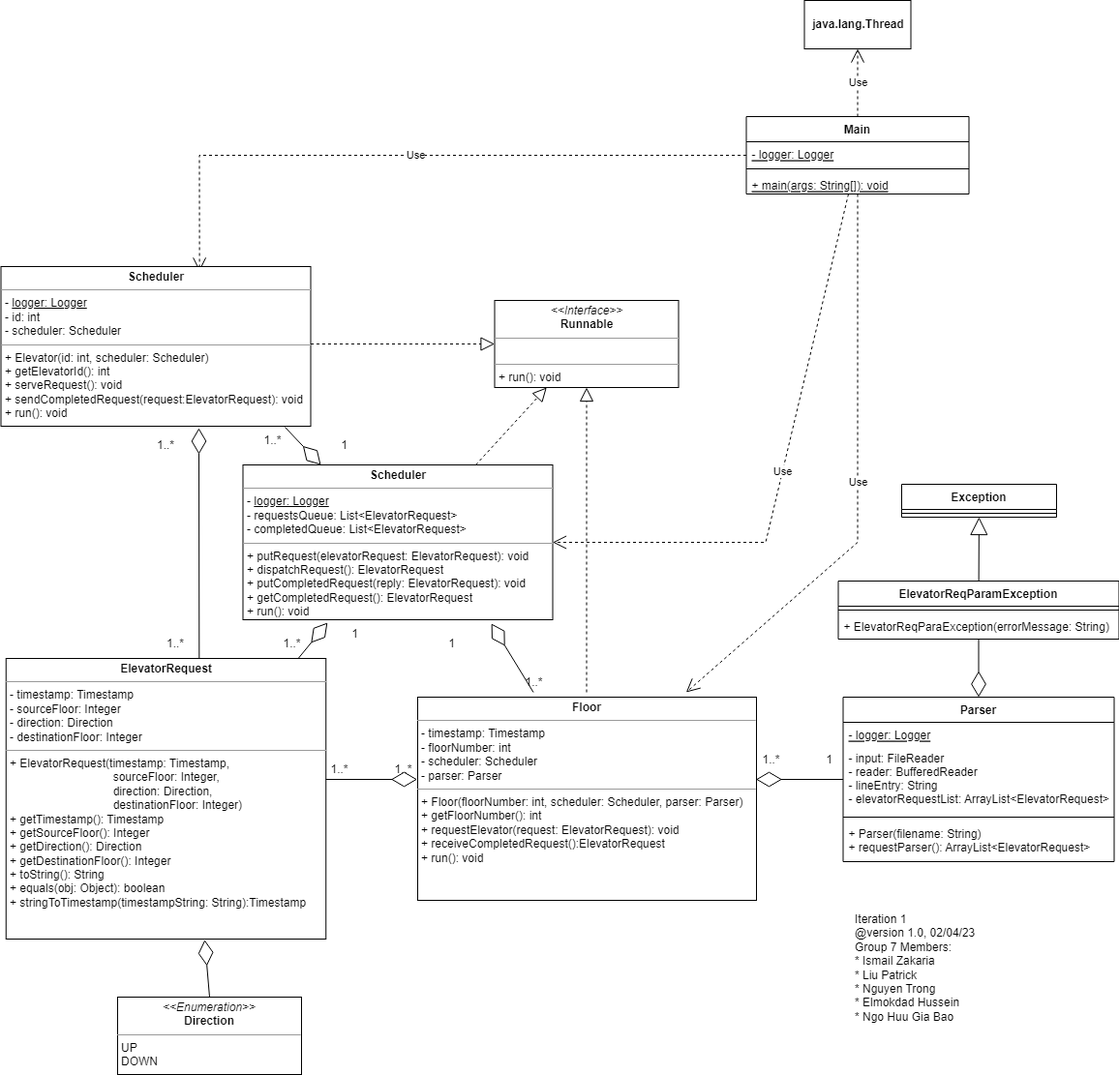
Before: documentation/P1-UML-class.drawio.png, a diagram exported from draw.io (bobbyngo/Elevator-Control-System-And-Simulator). Source tidied: cells renumbered, new cells last; positions are measured from the earlier drawing's top-left corner, leaving out a move shared by most shapes.
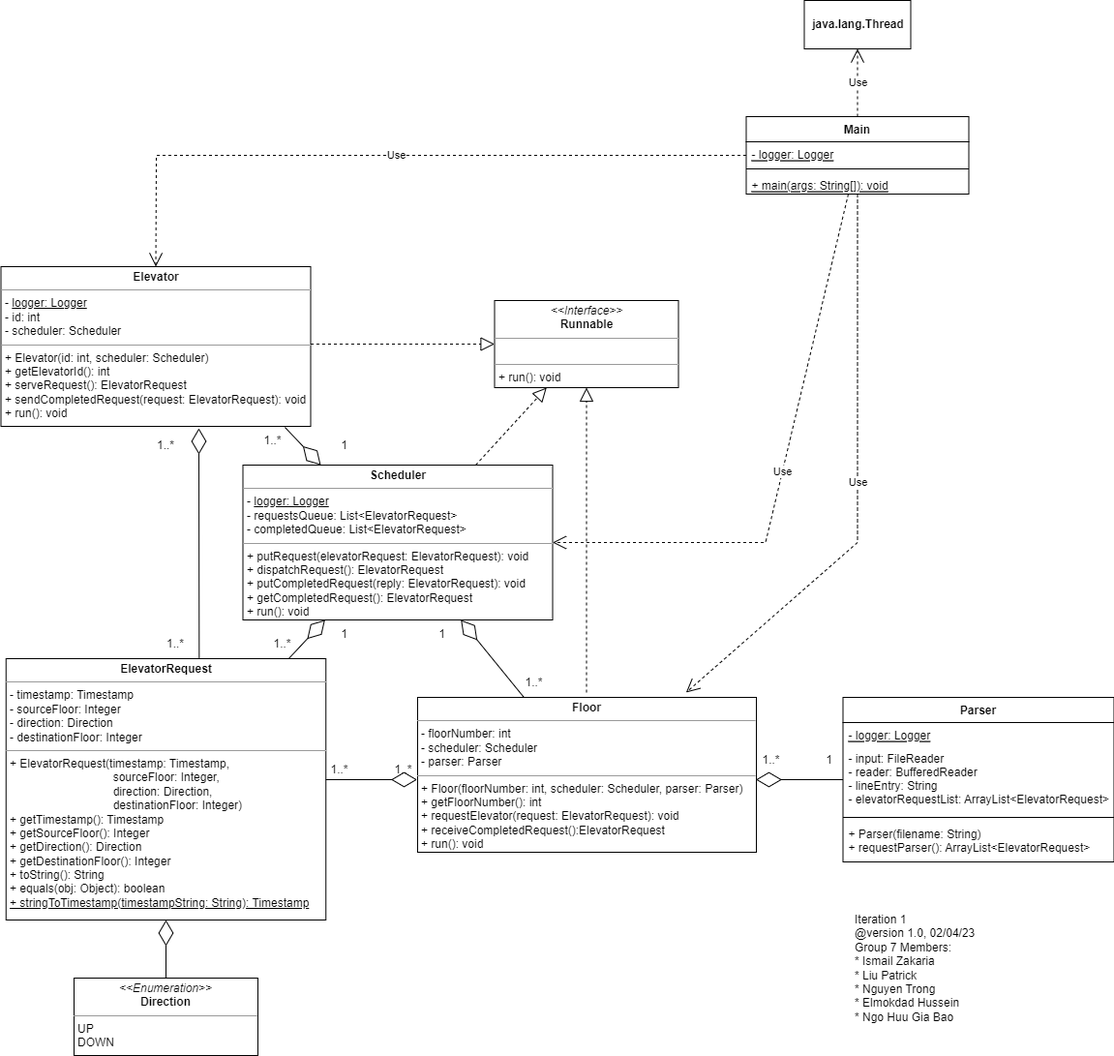
The same diagram one commit later.

Commit message:
Finalized updates to UML and README

Change to the diagram source:
```diff
@@ -25,22 +25,4 @@
     <mxCell id="8" value="&lt;p style=&quot;margin:0px;margin-top:4px;text-align:center;&quot;&gt;&lt;i&gt;&amp;lt;&amp;lt;Enumeration&amp;gt;&amp;gt;&lt;/i&gt;&lt;br&gt;&lt;b&gt;Direction&lt;/b&gt;&lt;/p&gt;&lt;hr size=&quot;1&quot;&gt;&lt;p style=&quot;margin:0px;margin-left:4px;&quot;&gt;UP&lt;/p&gt;&lt;p style=&quot;margin:0px;margin-left:4px;&quot;&gt;DOWN&lt;/p&gt;" style="verticalAlign=top;align=left;overflow=fill;fontSize=12;fontFamily=Helvetica;html=1;" parent="1" vertex="1">
-      <mxGeometry x="120" y="1030" width="190" height="80" as="geometry" />
+      <mxGeometry x="75" y="1010" width="190" height="80" as="geometry" />
     </mxCell>
-    <mxCell id="9" value="ElevatorReqParamException" style="swimlane;fontStyle=1;align=center;verticalAlign=top;horizontal=1;startSize=26;" parent="1" vertex="1">
-      <mxGeometry x="864.5" y="600" width="290" height="60" as="geometry" />
-    </mxCell>
-    <mxCell id="10" style="line;strokeWidth=1;fillColor=none;align=left;verticalAlign=middle;spacingTop=-1;spacingLeft=3;spacingRight=3;labelPosition=right;strokeColor=inherit;" parent="9" vertex="1">
-      <mxGeometry y="26" width="290" height="8" as="geometry" />
-    </mxCell>
-    <mxCell id="11" value="+ ElevatorReqParaException(errorMessage: String)" style="text;strokeColor=none;fillColor=none;align=left;verticalAlign=top;spacingLeft=4;spacingRight=4;overflow=hidden;" parent="9" vertex="1">
-      <mxGeometry y="34" width="290" height="26" as="geometry" />
-    </mxCell>
-    <mxCell id="12" value="Exception" style="swimlane;fontStyle=1;align=center;verticalAlign=top;horizontal=1;startSize=26;" parent="1" vertex="1">
-      <mxGeometry x="930" y="500" width="160" height="34" as="geometry" />
-    </mxCell>
-    <mxCell id="13" style="line;strokeWidth=1;fillColor=none;align=left;verticalAlign=middle;spacingTop=-1;spacingLeft=3;spacingRight=3;labelPosition=right;strokeColor=inherit;" parent="12" vertex="1">
-      <mxGeometry y="26" width="160" height="8" as="geometry" />
-    </mxCell>
-    <mxCell id="14" style="endArrow=block;endSize=16;endFill=0;html=1;rounded=0;" parent="1" edge="1" source="9" target="12">
-      <mxGeometry relative="1" as="geometry" />
-    </mxCell>
     <mxCell id="15" style="endArrow=block;dashed=1;endFill=0;endSize=12;html=1;rounded=0;" parent="1" edge="1" target="3">
@@ -70,5 +52,2 @@
     </mxCell>
-    <mxCell id="22" style="endArrow=diamondThin;endFill=0;endSize=24;html=1;rounded=0;" parent="1" edge="1" source="9" target="16">
-      <mxGeometry relative="1" as="geometry" />
-    </mxCell>
     <mxCell id="23" style="endArrow=diamondThin;endFill=0;endSize=24;html=1;rounded=0;entryX=0.639;entryY=1.012;entryDx=0;entryDy=0;entryPerimeter=0;" parent="1" edge="1" target="48">
@@ -84,6 +63,6 @@
     </mxCell>
-    <mxCell id="26" value="Use" style="endArrow=open;endSize=12;dashed=1;html=1;rounded=0;entryX=0.641;entryY=0.03;entryDx=0;entryDy=0;entryPerimeter=0;" parent="1" edge="1" source="4" target="48">
+    <mxCell id="26" value="Use" style="endArrow=open;endSize=12;dashed=1;html=1;rounded=0;entryX=0.5;entryY=0;entryDx=0;entryDy=0;" parent="1" edge="1" source="4" target="48">
       <mxGeometry relative="1" as="geometry">
         <Array as="points">
-          <mxPoint x="204.5" y="160" />
+          <mxPoint x="160" y="160" />
         </Array>
@@ -101,11 +80,7 @@
     </mxCell>
-    <mxCell id="29" style="endArrow=diamondThin;endFill=0;endSize=24;html=1;rounded=0;entryX=0.273;entryY=1.019;entryDx=0;entryDy=0;entryPerimeter=0;" parent="1" edge="1" target="47">
-      <mxGeometry relative="1" as="geometry">
-        <mxPoint x="306.7" y="680" as="sourcePoint" />
-      </mxGeometry>
+    <mxCell id="29" style="endArrow=diamondThin;endFill=0;endSize=24;html=1;rounded=0;" parent="1" edge="1" source="49" target="47">
+      <mxGeometry relative="1" as="geometry" />
     </mxCell>
-    <mxCell id="30" style="endArrow=diamondThin;endFill=0;endSize=24;html=1;rounded=0;entryX=0.802;entryY=1.025;entryDx=0;entryDy=0;entryPerimeter=0;" parent="1" edge="1" target="47">
-      <mxGeometry relative="1" as="geometry">
-        <mxPoint x="549.5" y="715" as="sourcePoint" />
-      </mxGeometry>
+    <mxCell id="30" style="endArrow=diamondThin;endFill=0;endSize=24;html=1;rounded=0;" parent="1" edge="1" source="51" target="47">
+      <mxGeometry relative="1" as="geometry" />
     </mxCell>
@@ -152,6 +127,6 @@
     <mxCell id="40" value="1" style="text;html=1;align=center;verticalAlign=middle;strokeColor=none;fillColor=none;" parent="1" vertex="1">
-      <mxGeometry x="350" y="640" width="30" height="30" as="geometry" />
+      <mxGeometry x="339" y="640" width="30" height="30" as="geometry" />
     </mxCell>
     <mxCell id="41" value="1" style="text;html=1;align=center;verticalAlign=middle;strokeColor=none;fillColor=none;" parent="1" vertex="1">
-      <mxGeometry x="450" y="650" width="30" height="30" as="geometry" />
+      <mxGeometry x="440" y="640" width="30" height="30" as="geometry" />
     </mxCell>
@@ -167,3 +142,3 @@
     <mxCell id="45" value="1..*" style="text;html=1;align=center;verticalAlign=middle;strokeColor=none;fillColor=none;" parent="1" vertex="1">
-      <mxGeometry x="279.5" y="650" width="40" height="30" as="geometry" />
+      <mxGeometry x="270" y="650" width="40" height="30" as="geometry" />
     </mxCell>
@@ -175,13 +150,13 @@
     </mxCell>
-    <mxCell id="48" value="&lt;p style=&quot;margin:0px;margin-top:4px;text-align:center;&quot;&gt;&lt;b&gt;Scheduler&lt;/b&gt;&lt;br&gt;&lt;/p&gt;&lt;hr size=&quot;1&quot;&gt;&lt;p style=&quot;margin:0px;margin-left:4px;&quot;&gt;- &lt;u&gt;logger: Logger&lt;/u&gt;&lt;br&gt;&lt;/p&gt;&lt;p style=&quot;margin:0px;margin-left:4px;&quot;&gt;- id: int&lt;br style=&quot;border-color: var(--border-color); padding: 0px; margin: 0px;&quot;&gt;- scheduler: Scheduler&lt;br&gt;&lt;/p&gt;&lt;hr size=&quot;1&quot;&gt;&lt;p style=&quot;margin:0px;margin-left:4px;&quot;&gt;+ Elevator(id: int, scheduler: Scheduler)&lt;br style=&quot;border-color: var(--border-color); padding: 0px; margin: 0px;&quot;&gt;+ getElevatorId(): int&lt;br style=&quot;border-color: var(--border-color); padding: 0px; margin: 0px;&quot;&gt;+ serveRequest(): void&lt;/p&gt;&lt;p style=&quot;margin:0px;margin-left:4px;&quot;&gt;+ sendCompletedRequest(request:ElevatorRequest): void&lt;br style=&quot;border-color: var(--border-color); padding: 0px; margin: 0px;&quot;&gt;+ run(): void&lt;br&gt;&lt;/p&gt;" style="verticalAlign=top;align=left;overflow=fill;fontSize=12;fontFamily=Helvetica;html=1;" parent="1" vertex="1">
+    <mxCell id="48" value="&lt;p style=&quot;margin:0px;margin-top:4px;text-align:center;&quot;&gt;&lt;b&gt;Elevator&lt;/b&gt;&lt;br&gt;&lt;/p&gt;&lt;hr size=&quot;1&quot;&gt;&lt;p style=&quot;margin:0px;margin-left:4px;&quot;&gt;- &lt;u&gt;logger: Logger&lt;/u&gt;&lt;br&gt;&lt;/p&gt;&lt;p style=&quot;margin:0px;margin-left:4px;&quot;&gt;- id: int&lt;br style=&quot;border-color: var(--border-color); padding: 0px; margin: 0px;&quot;&gt;- scheduler: Scheduler&lt;br&gt;&lt;/p&gt;&lt;hr size=&quot;1&quot;&gt;&lt;p style=&quot;margin:0px;margin-left:4px;&quot;&gt;+ Elevator(id: int, scheduler: Scheduler)&lt;br style=&quot;border-color: var(--border-color); padding: 0px; margin: 0px;&quot;&gt;+ getElevatorId(): int&lt;br style=&quot;border-color: var(--border-color); padding: 0px; margin: 0px;&quot;&gt;+ serveRequest(): ElevatorRequest&lt;/p&gt;&lt;p style=&quot;margin:0px;margin-left:4px;&quot;&gt;+ sendCompletedRequest(request: ElevatorRequest): void&lt;br style=&quot;border-color: var(--border-color); padding: 0px; margin: 0px;&quot;&gt;+ run(): void&lt;br&gt;&lt;/p&gt;" style="verticalAlign=top;align=left;overflow=fill;fontSize=12;fontFamily=Helvetica;html=1;" parent="1" vertex="1">
       <mxGeometry x="-0.5" y="275" width="320" height="165" as="geometry" />
     </mxCell>
-    <mxCell id="49" value="&lt;p style=&quot;margin:0px;margin-top:4px;text-align:center;&quot;&gt;&lt;b&gt;ElevatorRequest&lt;/b&gt;&lt;br&gt;&lt;/p&gt;&lt;hr size=&quot;1&quot;&gt;&lt;p style=&quot;margin:0px;margin-left:4px;&quot;&gt;- timestamp: Timestamp&lt;br style=&quot;border-color: var(--border-color); padding: 0px; margin: 0px;&quot;&gt;- sourceFloor: Integer&lt;br style=&quot;border-color: var(--border-color); padding: 0px; margin: 0px;&quot;&gt;- direction: Direction&lt;br style=&quot;border-color: var(--border-color); padding: 0px; margin: 0px;&quot;&gt;- destinationFloor: Integer&lt;br&gt;&lt;/p&gt;&lt;hr size=&quot;1&quot;&gt;&lt;p style=&quot;margin:0px;margin-left:4px;&quot;&gt;+ ElevatorRequest(timestamp: Timestamp,&lt;br style=&quot;border-color: var(--border-color); padding: 0px; margin: 0px;&quot;&gt;&amp;nbsp;&amp;nbsp;&amp;nbsp;&amp;nbsp;&amp;nbsp;&amp;nbsp;&amp;nbsp;&amp;nbsp;&amp;nbsp;&amp;nbsp;&amp;nbsp;&amp;nbsp;&amp;nbsp;&amp;nbsp;&amp;nbsp;&amp;nbsp;&amp;nbsp;&amp;nbsp;&amp;nbsp;&amp;nbsp;&amp;nbsp;&amp;nbsp;&amp;nbsp;&amp;nbsp;&amp;nbsp;&amp;nbsp;&amp;nbsp;&amp;nbsp;&amp;nbsp;&amp;nbsp;&amp;nbsp;&amp;nbsp;sourceFloor: Integer,&lt;br style=&quot;border-color: var(--border-color); padding: 0px; margin: 0px;&quot;&gt;&amp;nbsp;&amp;nbsp;&amp;nbsp;&amp;nbsp;&amp;nbsp;&amp;nbsp;&amp;nbsp;&amp;nbsp;&amp;nbsp;&amp;nbsp;&amp;nbsp;&amp;nbsp;&amp;nbsp;&amp;nbsp;&amp;nbsp;&amp;nbsp;&amp;nbsp;&amp;nbsp;&amp;nbsp;&amp;nbsp;&amp;nbsp;&amp;nbsp;&amp;nbsp;&amp;nbsp;&amp;nbsp;&amp;nbsp;&amp;nbsp;&amp;nbsp;&amp;nbsp;&amp;nbsp;&amp;nbsp;&amp;nbsp;direction: Direction,&lt;br style=&quot;border-color: var(--border-color); padding: 0px; margin: 0px;&quot;&gt;&amp;nbsp;&amp;nbsp;&amp;nbsp;&amp;nbsp;&amp;nbsp;&amp;nbsp;&amp;nbsp;&amp;nbsp;&amp;nbsp;&amp;nbsp;&amp;nbsp;&amp;nbsp;&amp;nbsp;&amp;nbsp;&amp;nbsp;&amp;nbsp;&amp;nbsp;&amp;nbsp;&amp;nbsp;&amp;nbsp;&amp;nbsp;&amp;nbsp;&amp;nbsp;&amp;nbsp;&amp;nbsp;&amp;nbsp;&amp;nbsp;&amp;nbsp;&amp;nbsp;&amp;nbsp;&amp;nbsp;&amp;nbsp;destinationFloor: Integer)&lt;br style=&quot;border-color: var(--border-color); padding: 0px; margin: 0px;&quot;&gt;+ getTimestamp(): Timestamp&lt;br style=&quot;border-color: var(--border-color); padding: 0px; margin: 0px;&quot;&gt;+ getSourceFloor(): Integer&lt;br style=&quot;border-color: var(--border-color); padding: 0px; margin: 0px;&quot;&gt;+ getDirection(): Direction&lt;br style=&quot;border-color: var(--border-color); padding: 0px; margin: 0px;&quot;&gt;+ getDestinationFloor(): Integer&lt;br style=&quot;border-color: var(--border-color); padding: 0px; margin: 0px;&quot;&gt;+ toString(): String&lt;br style=&quot;border-color: var(--border-color); padding: 0px; margin: 0px;&quot;&gt;+ equals(obj: Object): boolean&lt;/p&gt;&lt;p style=&quot;margin:0px;margin-left:4px;&quot;&gt;+ stringToTimestamp(timestampString: String):Timestamp&lt;/p&gt;&lt;div style=&quot;border-color: var(--border-color); padding: 0px; margin: 0px;&quot;&gt;&lt;br style=&quot;border-color: var(--border-color); padding: 0px; margin: 0px;&quot;&gt;&lt;/div&gt;" style="verticalAlign=top;align=left;overflow=fill;fontSize=12;fontFamily=Helvetica;html=1;" parent="1" vertex="1">
-      <mxGeometry x="4.8" y="680" width="330.5" height="290" as="geometry" />
+    <mxCell id="49" value="&lt;p style=&quot;margin:0px;margin-top:4px;text-align:center;&quot;&gt;&lt;b&gt;ElevatorRequest&lt;/b&gt;&lt;br&gt;&lt;/p&gt;&lt;hr size=&quot;1&quot;&gt;&lt;p style=&quot;margin:0px;margin-left:4px;&quot;&gt;- timestamp: Timestamp&lt;br style=&quot;border-color: var(--border-color); padding: 0px; margin: 0px;&quot;&gt;- sourceFloor: Integer&lt;br style=&quot;border-color: var(--border-color); padding: 0px; margin: 0px;&quot;&gt;- direction: Direction&lt;br style=&quot;border-color: var(--border-color); padding: 0px; margin: 0px;&quot;&gt;- destinationFloor: Integer&lt;br&gt;&lt;/p&gt;&lt;hr size=&quot;1&quot;&gt;&lt;p style=&quot;margin:0px;margin-left:4px;&quot;&gt;+ ElevatorRequest(timestamp: Timestamp,&lt;br style=&quot;border-color: var(--border-color); padding: 0px; margin: 0px;&quot;&gt;&amp;nbsp;&amp;nbsp;&amp;nbsp;&amp;nbsp;&amp;nbsp;&amp;nbsp;&amp;nbsp;&amp;nbsp;&amp;nbsp;&amp;nbsp;&amp;nbsp;&amp;nbsp;&amp;nbsp;&amp;nbsp;&amp;nbsp;&amp;nbsp;&amp;nbsp;&amp;nbsp;&amp;nbsp;&amp;nbsp;&amp;nbsp;&amp;nbsp;&amp;nbsp;&amp;nbsp;&amp;nbsp;&amp;nbsp;&amp;nbsp;&amp;nbsp;&amp;nbsp;&amp;nbsp;&amp;nbsp;&amp;nbsp;sourceFloor: Integer,&lt;br style=&quot;border-color: var(--border-color); padding: 0px; margin: 0px;&quot;&gt;&amp;nbsp;&amp;nbsp;&amp;nbsp;&amp;nbsp;&amp;nbsp;&amp;nbsp;&amp;nbsp;&amp;nbsp;&amp;nbsp;&amp;nbsp;&amp;nbsp;&amp;nbsp;&amp;nbsp;&amp;nbsp;&amp;nbsp;&amp;nbsp;&amp;nbsp;&amp;nbsp;&amp;nbsp;&amp;nbsp;&amp;nbsp;&amp;nbsp;&amp;nbsp;&amp;nbsp;&amp;nbsp;&amp;nbsp;&amp;nbsp;&amp;nbsp;&amp;nbsp;&amp;nbsp;&amp;nbsp;&amp;nbsp;direction: Direction,&lt;br style=&quot;border-color: var(--border-color); padding: 0px; margin: 0px;&quot;&gt;&amp;nbsp;&amp;nbsp;&amp;nbsp;&amp;nbsp;&amp;nbsp;&amp;nbsp;&amp;nbsp;&amp;nbsp;&amp;nbsp;&amp;nbsp;&amp;nbsp;&amp;nbsp;&amp;nbsp;&amp;nbsp;&amp;nbsp;&amp;nbsp;&amp;nbsp;&amp;nbsp;&amp;nbsp;&amp;nbsp;&amp;nbsp;&amp;nbsp;&amp;nbsp;&amp;nbsp;&amp;nbsp;&amp;nbsp;&amp;nbsp;&amp;nbsp;&amp;nbsp;&amp;nbsp;&amp;nbsp;&amp;nbsp;destinationFloor: Integer)&lt;br style=&quot;border-color: var(--border-color); padding: 0px; margin: 0px;&quot;&gt;+ getTimestamp(): Timestamp&lt;br style=&quot;border-color: var(--border-color); padding: 0px; margin: 0px;&quot;&gt;+ getSourceFloor(): Integer&lt;br style=&quot;border-color: var(--border-color); padding: 0px; margin: 0px;&quot;&gt;+ getDirection(): Direction&lt;br style=&quot;border-color: var(--border-color); padding: 0px; margin: 0px;&quot;&gt;+ getDestinationFloor(): Integer&lt;br style=&quot;border-color: var(--border-color); padding: 0px; margin: 0px;&quot;&gt;+ toString(): String&lt;br style=&quot;border-color: var(--border-color); padding: 0px; margin: 0px;&quot;&gt;+ equals(obj: Object): boolean&lt;/p&gt;&lt;p style=&quot;margin:0px;margin-left:4px;&quot;&gt;&lt;u&gt;+ stringToTimestamp(timestampString: String): Timestamp&lt;/u&gt;&lt;/p&gt;&lt;div style=&quot;border-color: var(--border-color); padding: 0px; margin: 0px;&quot;&gt;&lt;br style=&quot;border-color: var(--border-color); padding: 0px; margin: 0px;&quot;&gt;&lt;/div&gt;" style="verticalAlign=top;align=left;overflow=fill;fontSize=12;fontFamily=Helvetica;html=1;" parent="1" vertex="1">
+      <mxGeometry x="4.8" y="680" width="330.5" height="270" as="geometry" />
     </mxCell>
-    <mxCell id="50" style="endArrow=diamondThin;endFill=0;endSize=24;html=1;rounded=0;entryX=0.621;entryY=1.003;entryDx=0;entryDy=0;entryPerimeter=0;exitX=0.5;exitY=0;exitDx=0;exitDy=0;" parent="1" edge="1" source="8" target="49">
+    <mxCell id="50" style="endArrow=diamondThin;endFill=0;endSize=24;html=1;rounded=0;exitX=0.5;exitY=0;exitDx=0;exitDy=0;" parent="1" edge="1" source="8" target="49">
       <mxGeometry relative="1" as="geometry" />
     </mxCell>
-    <mxCell id="51" value="&lt;p style=&quot;margin:0px;margin-top:4px;text-align:center;&quot;&gt;&lt;b&gt;Floor&lt;/b&gt;&lt;br&gt;&lt;/p&gt;&lt;hr size=&quot;1&quot;&gt;&lt;p style=&quot;margin:0px;margin-left:4px;&quot;&gt;- timestamp: Timestamp&lt;br style=&quot;border-color: var(--border-color); padding: 0px; margin: 0px;&quot;&gt;- floorNumber: int&lt;br style=&quot;border-color: var(--border-color); padding: 0px; margin: 0px;&quot;&gt;- scheduler: Scheduler&lt;br style=&quot;border-color: var(--border-color); padding: 0px; margin: 0px;&quot;&gt;- parser: Parser&lt;br&gt;&lt;/p&gt;&lt;hr size=&quot;1&quot;&gt;&lt;p style=&quot;margin:0px;margin-left:4px;&quot;&gt;+ Floor(floorNumber: int, scheduler: Scheduler, parser: Parser)&lt;br style=&quot;border-color: var(--border-color); padding: 0px; margin: 0px;&quot;&gt;+ getFloorNumber(): int&lt;br style=&quot;border-color: var(--border-color); padding: 0px; margin: 0px;&quot;&gt;+ requestElevator(request: ElevatorRequest): void&lt;/p&gt;&lt;p style=&quot;margin:0px;margin-left:4px;&quot;&gt;+ receiveCompletedRequest():ElevatorRequest&lt;br style=&quot;border-color: var(--border-color); padding: 0px; margin: 0px;&quot;&gt;+ run(): void&lt;br&gt;&lt;/p&gt;&lt;div style=&quot;border-color: var(--border-color); padding: 0px; margin: 0px;&quot;&gt;&lt;br style=&quot;border-color: var(--border-color); padding: 0px; margin: 0px;&quot;&gt;&lt;/div&gt;" style="verticalAlign=top;align=left;overflow=fill;fontSize=12;fontFamily=Helvetica;html=1;" parent="1" vertex="1">
-      <mxGeometry x="430" y="720" width="350" height="210" as="geometry" />
+    <mxCell id="51" value="&lt;p style=&quot;margin:0px;margin-top:4px;text-align:center;&quot;&gt;&lt;b&gt;Floor&lt;/b&gt;&lt;br&gt;&lt;/p&gt;&lt;hr size=&quot;1&quot;&gt;&lt;p style=&quot;margin:0px;margin-left:4px;&quot;&gt;- floorNumber: int&lt;br style=&quot;border-color: var(--border-color); padding: 0px; margin: 0px;&quot;&gt;- scheduler: Scheduler&lt;br style=&quot;border-color: var(--border-color); padding: 0px; margin: 0px;&quot;&gt;- parser: Parser&lt;br&gt;&lt;/p&gt;&lt;hr size=&quot;1&quot;&gt;&lt;p style=&quot;margin:0px;margin-left:4px;&quot;&gt;+ Floor(floorNumber: int, scheduler: Scheduler, parser: Parser)&lt;br style=&quot;border-color: var(--border-color); padding: 0px; margin: 0px;&quot;&gt;+ getFloorNumber(): int&lt;br style=&quot;border-color: var(--border-color); padding: 0px; margin: 0px;&quot;&gt;+ requestElevator(request: ElevatorRequest): void&lt;/p&gt;&lt;p style=&quot;margin:0px;margin-left:4px;&quot;&gt;+ receiveCompletedRequest():ElevatorRequest&lt;br style=&quot;border-color: var(--border-color); padding: 0px; margin: 0px;&quot;&gt;+ run(): void&lt;br&gt;&lt;/p&gt;&lt;div style=&quot;border-color: var(--border-color); padding: 0px; margin: 0px;&quot;&gt;&lt;br style=&quot;border-color: var(--border-color); padding: 0px; margin: 0px;&quot;&gt;&lt;/div&gt;" style="verticalAlign=top;align=left;overflow=fill;fontSize=12;fontFamily=Helvetica;html=1;" parent="1" vertex="1">
+      <mxGeometry x="430" y="720" width="350" height="160" as="geometry" />
     </mxCell>
```
